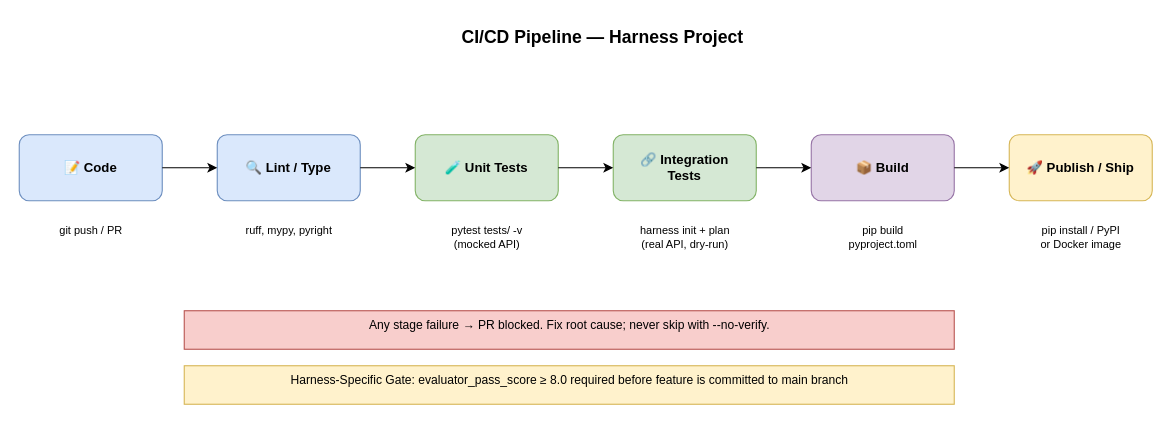
This is docs/diagrams/06_cicd_pipeline.drawio from dannychantszfong/harness, a draw.io file, before an edit. Source tidied: cells renumbered, new cells numbered last; positions are measured from the earlier drawing's top-left corner, leaving out a move shared by most shapes. Both pictures are drawn from the tidied source at 110%, with x=0, y=0 at pixel (19, 19).
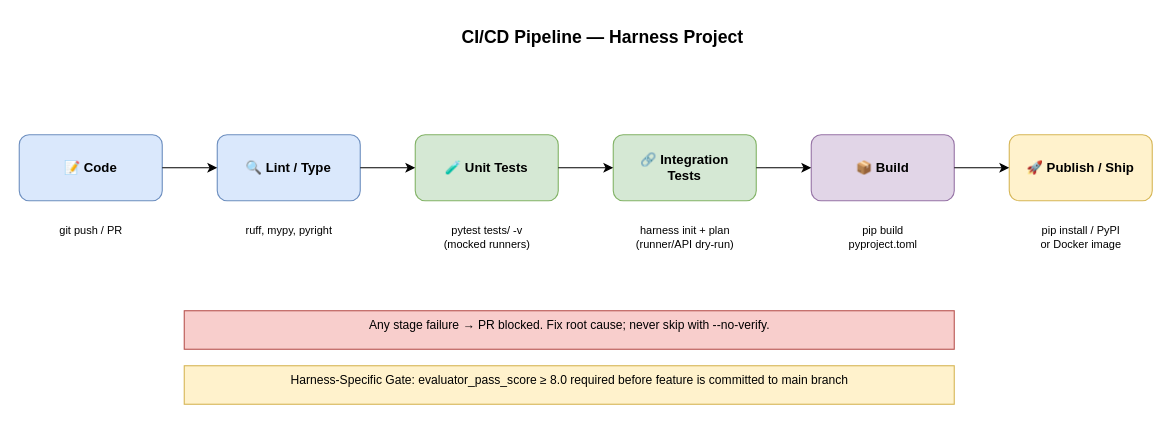
The same diagram, later.

Change to the diagram source:
```diff
@@
-    <mxCell id="16" value="pytest tests/ -v&#10;(mocked API)" style="text;html=1;align=center;fontSize=10;" parent="1" vertex="1">
+    <mxCell id="16" value="pytest tests/ -v&#10;(mocked runners)" style="text;html=1;align=center;fontSize=10;" parent="1" vertex="1">
       <mxGeometry x="360" y="180" width="130" height="35" as="geometry" />
     </mxCell>
-    <mxCell id="17" value="harness init + plan&#10;(real API, dry-run)" style="text;html=1;align=center;fontSize=10;" parent="1" vertex="1">
+    <mxCell id="17" value="harness init + plan&#10;(runner/API dry-run)" style="text;html=1;align=center;fontSize=10;" parent="1" vertex="1">
       <mxGeometry x="540" y="180" width="130" height="35" as="geometry" />
     </mxCell>
```
